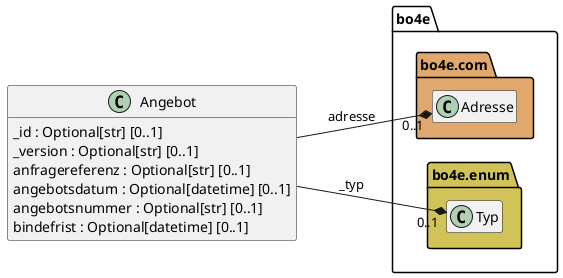
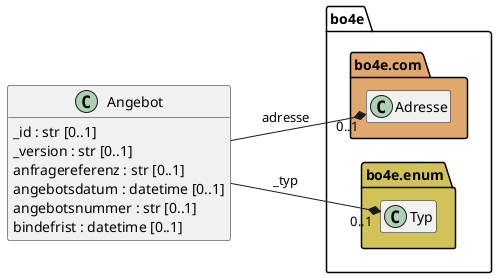
@startuml
left to right direction

class "Angebot" as Angebot {
-     _id : Optional[str] [0..1]
-     _version : Optional[str] [0..1]
-     anfragereferenz : Optional[str] [0..1]
-     angebotsdatum : Optional[datetime] [0..1]
-     angebotsnummer : Optional[str] [0..1]
-     bindefrist : Optional[datetime] [0..1]
+     _id : str [0..1]
+     _version : str [0..1]
+     anfragereferenz : str [0..1]
+     angebotsdatum : datetime [0..1]
+     angebotsnummer : str [0..1]
+     bindefrist : datetime [0..1]
}

namespace "bo4e.com" as bo4e.com #E0A86C {
    class "Adresse" as Adresse {
-     _id : Optional[str] [0..1]
-     _version : Optional[str] [0..1]
-     adresszusatz : Optional[str] [0..1]
-     coErgaenzung : Optional[str] [0..1]
-     hausnummer : Optional[str] [0..1]
-     ort : Optional[str] [0..1]
-     ortsteil : Optional[str] [0..1]
-     postfach : Optional[str] [0..1]
-     postleitzahl : Optional[str] [0..1]
-     strasse : Optional[str] [0..1]
+     _id : str [0..1]
+     _version : str [0..1]
+     adresszusatz : str [0..1]
+     coErgaenzung : str [0..1]
+     hausnummer : str [0..1]
+     ort : str [0..1]
+     ortsteil : str [0..1]
+     postfach : str [0..1]
+     postleitzahl : str [0..1]
+     strasse : str [0..1]
}
}
namespace "bo4e.enum" as bo4e.enum #d1c358 {
    class "Typ" as Typ {
}
}

Angebot --* "0..1" Adresse : adresse
Angebot --* "0..1" Typ : _typ

hide members
show .Angebot fields
@enduml
